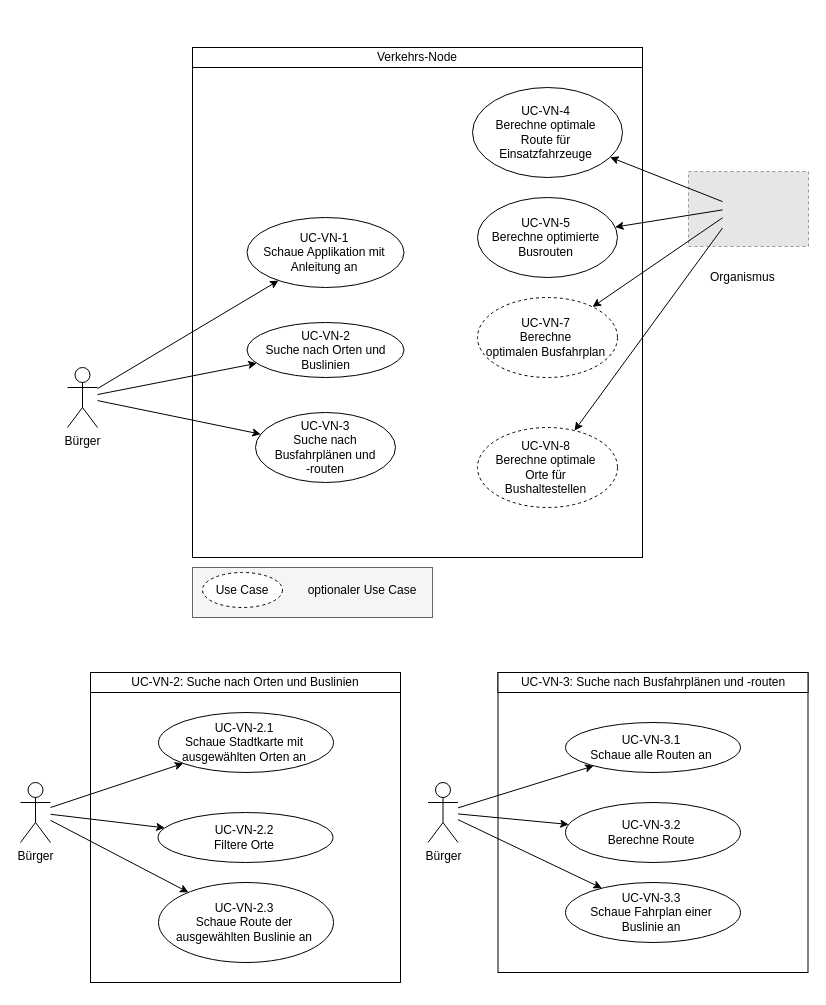
Before: Documentation/Use Cases/Use-Case-Diagram.drawio in mif-sge/verkehr, a draw.io diagram. Source tidied: cells renumbered, new cells numbered last; positions are measured from the earlier drawing's top-left corner, leaving out a move shared by most shapes. Both pictures are drawn from the tidied source at 100%, with x=0, y=0 at pixel (20, 17). Pictures stored in the file or linked from it are replaced by grey dashed boxes.
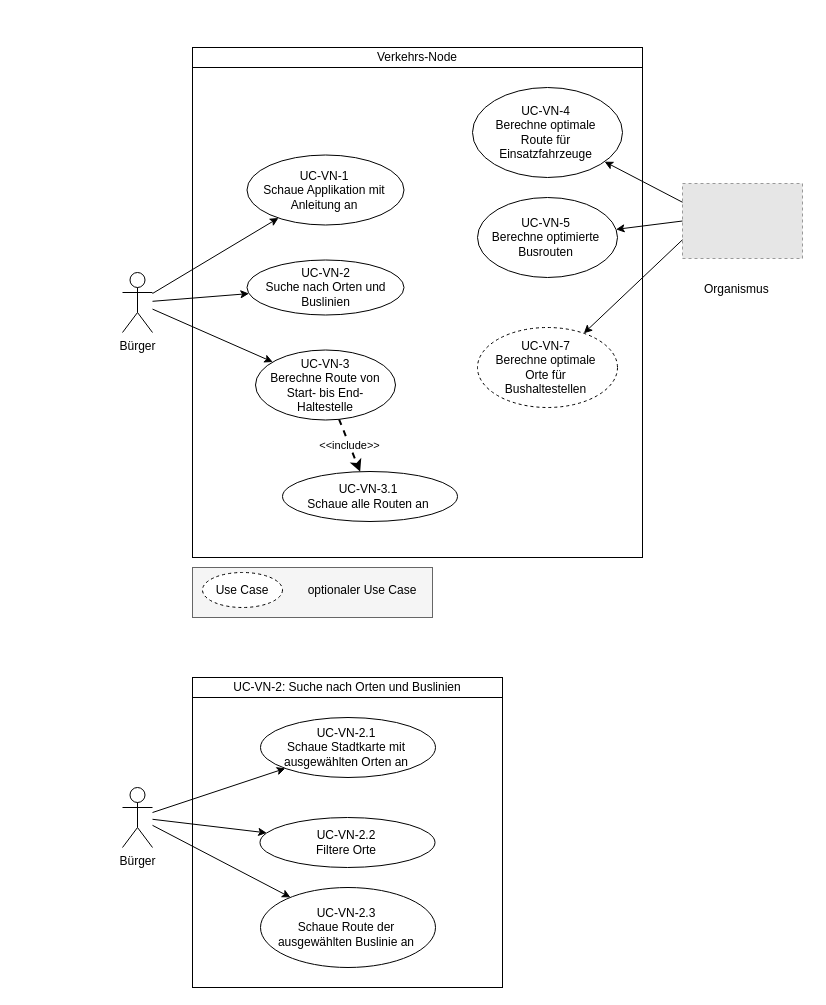
The same diagram, later.

Commit message (it also covers changes not shown here):
issue #22 update diagrams again

Unchanged cells that the change refers to:
```xml
<mxCell id="12" style="group;" parent="1" vertex="1">
  <mxGeometry x="47" width="741" height="600" as="geometry" />
</mxCell>
<mxCell id="14" style="fillColor=#E6E6E6;strokeColor=#999999;dashed=1;verticalLabelPosition=bottom;labelBackgroundColor=#ffffff;verticalAlign=top;" parent="13" vertex="1">
  <mxGeometry width="120" height="75" as="geometry" />
</mxCell>
```

The edit, as a diff of the source:
```diff
@@
     <mxCell id="2" style="group;" parent="1" vertex="1">
-      <mxGeometry y="655" width="380" height="310" as="geometry" />
+      <mxGeometry x="102" y="660" width="380" height="310" as="geometry" />
     </mxCell>
@@
     <mxCell id="13" style="group;" parent="12" vertex="1">
-      <mxGeometry x="621" y="154" width="120" height="126" as="geometry" />
+      <mxGeometry x="615" y="166" width="120" height="126" as="geometry" />
     </mxCell>
@@
-    <mxCell id="16" style="group;" parent="12" vertex="1">
-      <mxGeometry width="685" height="600" as="geometry" />
-    </mxCell>
-    <mxCell id="17" style="group;" parent="16" vertex="1">
-      <mxGeometry width="685" height="540" as="geometry" />
-    </mxCell>
+    <mxCell id="35" style="group;fillColor=#E6E6E6;strokeColor=#666666;fontColor=#333333;" parent="12" vertex="1">
+      <mxGeometry x="125" y="550" width="240" height="50" as="geometry" />
+    </mxCell>
+    <mxCell id="36" style="rounded=0;whiteSpace=wrap;html=1;strokeColor=#666666;fillColor=#f5f5f5;fontColor=#333333;" parent="35" vertex="1">
+      <mxGeometry width="240" height="50" as="geometry" />
+    </mxCell>
+    <mxCell id="37" value="Use Case" style="ellipse;whiteSpace=wrap;html=1;dashed=1;" parent="35" vertex="1">
+      <mxGeometry x="10" y="5" width="80" height="35" as="geometry" />
+    </mxCell>
+    <mxCell id="38" value="&lt;span lang=&quot;en&quot;&gt;optionaler Use Case&lt;/span&gt;" style="rounded=0;whiteSpace=wrap;html=1;strokeColor=none;fillColor=none;" parent="35" vertex="1">
+      <mxGeometry x="110" y="8" width="120" height="30" as="geometry" />
+    </mxCell>
-    <mxCell id="18" style="rounded=0;whiteSpace=wrap;html=1;" parent="17" vertex="1">
+    <mxCell id="18" style="rounded=0;whiteSpace=wrap;html=1;" parent="12" vertex="1">
       <mxGeometry x="125" y="30" width="450" height="510" as="geometry" />
     </mxCell>
-    <mxCell id="19" value="Bürger" style="shape=umlActor;verticalLabelPosition=bottom;labelBackgroundColor=#ffffff;verticalAlign=top;html=1;" parent="17" vertex="1">
-      <mxGeometry y="350" width="30" height="60" as="geometry" />
+    <mxCell id="19" value="Bürger" style="shape=umlActor;verticalLabelPosition=bottom;labelBackgroundColor=#ffffff;verticalAlign=top;html=1;" parent="12" vertex="1">
+      <mxGeometry x="55" y="255" width="30" height="60" as="geometry" />
     </mxCell>
-    <mxCell id="20" value="Verkehrs-Node" style="rounded=0;whiteSpace=wrap;html=1;" parent="17" vertex="1">
+    <mxCell id="20" value="Verkehrs-Node" style="rounded=0;whiteSpace=wrap;html=1;" parent="12" vertex="1">
       <mxGeometry x="125" y="30" width="450" height="20" as="geometry" />
     </mxCell>
-    <mxCell id="21" value="&lt;span lang=&quot;en&quot;&gt;UC-VN-2&lt;br&gt;Suche nach Orten und Buslinien&lt;br&gt;&lt;/span&gt;" style="ellipse;whiteSpace=wrap;html=1;spacingLeft=10;spacingBottom=10;spacingRight=10;spacingTop=10;" parent="17" vertex="1">
-      <mxGeometry x="179.5" y="305" width="157" height="55" as="geometry" />
+    <mxCell id="21" value="&lt;span lang=&quot;en&quot;&gt;UC-VN-2&lt;br&gt;Suche nach Orten und Buslinien&lt;br&gt;&lt;/span&gt;" style="ellipse;whiteSpace=wrap;html=1;spacingLeft=10;spacingBottom=10;spacingRight=10;spacingTop=10;" parent="12" vertex="1">
+      <mxGeometry x="179.5" y="242.5" width="157" height="55" as="geometry" />
     </mxCell>
-    <mxCell id="22" style="edgeStyle=none;rounded=0;jettySize=auto;html=1;" parent="17" edge="1" source="19" target="21">
+    <mxCell id="22" style="edgeStyle=none;rounded=0;jettySize=auto;html=1;" parent="12" edge="1" source="19" target="21">
       <mxGeometry relative="1" as="geometry" />
     </mxCell>
-    <mxCell id="23" value="UC-VN-3&lt;br&gt;Suche nach Busfahrplänen und&lt;br&gt;-routen&lt;br&gt;" style="ellipse;whiteSpace=wrap;html=1;spacingLeft=10;spacingBottom=10;spacingRight=10;spacingTop=10;" parent="17" vertex="1">
-      <mxGeometry x="188" y="395" width="140" height="70" as="geometry" />
+    <mxCell id="23" value="UC-VN-3&lt;br&gt;Berechne Route von Start- bis End-Haltestelle&lt;br&gt;" style="ellipse;whiteSpace=wrap;html=1;spacingLeft=10;spacingBottom=10;spacingRight=10;spacingTop=10;" parent="12" vertex="1">
+      <mxGeometry x="188" y="332.5" width="140" height="70" as="geometry" />
     </mxCell>
-    <mxCell id="24" style="edgeStyle=none;rounded=0;jettySize=auto;html=1;" parent="17" edge="1" source="19" target="23">
+    <mxCell id="24" style="edgeStyle=none;rounded=0;jettySize=auto;html=1;" parent="12" edge="1" source="19" target="23">
       <mxGeometry relative="1" as="geometry" />
     </mxCell>
-    <mxCell id="25" value="UC-VN-4&lt;br&gt;Berechne optimale Route für Einsatzfahrzeuge&lt;br&gt;" style="ellipse;whiteSpace=wrap;html=1;spacingLeft=7;spacingBottom=10;spacingRight=10;spacingTop=10;" parent="17" vertex="1">
+    <mxCell id="25" value="UC-VN-4&lt;br&gt;Berechne optimale Route für Einsatzfahrzeuge&lt;br&gt;" style="ellipse;whiteSpace=wrap;html=1;spacingLeft=7;spacingBottom=10;spacingRight=10;spacingTop=10;" parent="12" vertex="1">
       <mxGeometry x="405" y="70" width="150" height="90" as="geometry" />
     </mxCell>
-    <mxCell id="26" style="rounded=0;jettySize=auto;html=1;" parent="17" edge="1" target="25">
-      <mxGeometry relative="1" as="geometry">
-        <mxPoint x="655" y="184.1" as="sourcePoint" />
-      </mxGeometry>
+    <mxCell id="26" style="rounded=0;jettySize=auto;html=1;exitX=0;exitY=0.25;exitDx=0;exitDy=0;" parent="12" edge="1" source="14" target="25">
+      <mxGeometry relative="1" as="geometry" />
     </mxCell>
-    <mxCell id="27" value="&lt;span lang=&quot;en&quot;&gt;UC-VN-7&lt;br&gt;Berechne optimalen&amp;nbsp;&lt;/span&gt;&lt;span lang=&quot;en&quot;&gt;Busfahrplan&lt;/span&gt;" style="ellipse;whiteSpace=wrap;html=1;spacingLeft=7;spacingBottom=10;spacingRight=10;spacingTop=10;dashed=1;" parent="17" vertex="1">
-      <mxGeometry x="410" y="280" width="140" height="80" as="geometry" />
-    </mxCell>
-    <mxCell id="28" style="rounded=0;jettySize=auto;html=1;" parent="17" edge="1" target="27">
-      <mxGeometry relative="1" as="geometry">
-        <mxPoint x="655" y="200.3" as="sourcePoint" />
-      </mxGeometry>
-    </mxCell>
-    <mxCell id="29" value="UC-VN-5&lt;br&gt;Berechne optimierte Busrouten&lt;br&gt;" style="ellipse;whiteSpace=wrap;html=1;spacingLeft=7;spacingBottom=10;spacingRight=10;spacingTop=10;" parent="17" vertex="1">
+    <mxCell id="29" value="UC-VN-5&lt;br&gt;Berechne optimierte Busrouten&lt;br&gt;" style="ellipse;whiteSpace=wrap;html=1;spacingLeft=7;spacingBottom=10;spacingRight=10;spacingTop=10;" parent="12" vertex="1">
       <mxGeometry x="410" y="180" width="140" height="80" as="geometry" />
     </mxCell>
-    <mxCell id="30" style="edgeStyle=none;rounded=0;jettySize=auto;html=1;" parent="17" edge="1" target="29">
-      <mxGeometry relative="1" as="geometry">
-        <mxPoint x="655" y="192.4" as="sourcePoint" />
-      </mxGeometry>
+    <mxCell id="30" style="edgeStyle=none;rounded=0;jettySize=auto;html=1;exitX=0;exitY=0.5;exitDx=0;exitDy=0;" parent="12" edge="1" source="14" target="29">
+      <mxGeometry relative="1" as="geometry" />
     </mxCell>
-    <mxCell id="31" value="&lt;span lang=&quot;en&quot;&gt;UC-VN-1&lt;br&gt;Schaue Applikation mit Anleitung an&lt;br&gt;&lt;/span&gt;" style="ellipse;whiteSpace=wrap;html=1;spacingLeft=7;spacingBottom=10;spacingRight=10;spacingTop=10;" parent="17" vertex="1">
-      <mxGeometry x="179.5" y="200" width="157" height="70" as="geometry" />
+    <mxCell id="31" value="&lt;span lang=&quot;en&quot;&gt;UC-VN-1&lt;br&gt;Schaue Applikation mit Anleitung an&lt;br&gt;&lt;/span&gt;" style="ellipse;whiteSpace=wrap;html=1;spacingLeft=7;spacingBottom=10;spacingRight=10;spacingTop=10;" parent="12" vertex="1">
+      <mxGeometry x="179.5" y="137.5" width="157" height="70" as="geometry" />
     </mxCell>
-    <mxCell id="32" style="edgeStyle=none;rounded=0;jettySize=auto;html=1;" parent="17" edge="1" source="19" target="31">
+    <mxCell id="32" style="edgeStyle=none;rounded=0;jettySize=auto;html=1;" parent="12" edge="1" source="19" target="31">
       <mxGeometry relative="1" as="geometry" />
     </mxCell>
-    <mxCell id="33" value="&lt;span lang=&quot;en&quot;&gt;UC-VN-8&lt;br&gt;Berechne optimale Orte für Bushaltestellen&lt;/span&gt;" style="ellipse;whiteSpace=wrap;html=1;spacingLeft=7;spacingBottom=10;spacingRight=10;spacingTop=10;dashed=1;" parent="17" vertex="1">
-      <mxGeometry x="410" y="410" width="140" height="80" as="geometry" />
+    <mxCell id="33" value="&lt;span lang=&quot;en&quot;&gt;UC-VN-7&lt;br&gt;Berechne optimale Orte für Bushaltestellen&lt;/span&gt;" style="ellipse;whiteSpace=wrap;html=1;spacingLeft=7;spacingBottom=10;spacingRight=10;spacingTop=10;dashed=1;" parent="12" vertex="1">
+      <mxGeometry x="410" y="310" width="140" height="80" as="geometry" />
     </mxCell>
-    <mxCell id="34" style="edgeStyle=none;rounded=0;jettySize=auto;html=1;" parent="17" edge="1" target="33">
-      <mxGeometry relative="1" as="geometry">
-        <mxPoint x="655" y="210.5" as="sourcePoint" />
-      </mxGeometry>
+    <mxCell id="34" style="edgeStyle=none;rounded=0;jettySize=auto;html=1;exitX=0;exitY=0.75;exitDx=0;exitDy=0;" parent="12" edge="1" source="14" target="33">
+      <mxGeometry relative="1" as="geometry" />
     </mxCell>
-    <mxCell id="35" style="group;fillColor=#E6E6E6;strokeColor=#666666;fontColor=#333333;" parent="16" vertex="1">
-      <mxGeometry x="125" y="550" width="240" height="50" as="geometry" />
-    </mxCell>
-    <mxCell id="36" style="rounded=0;whiteSpace=wrap;html=1;strokeColor=#666666;fillColor=#f5f5f5;fontColor=#333333;" parent="35" vertex="1">
-      <mxGeometry width="240" height="50" as="geometry" />
-    </mxCell>
-    <mxCell id="37" value="Use Case" style="ellipse;whiteSpace=wrap;html=1;dashed=1;" parent="35" vertex="1">
-      <mxGeometry x="10" y="5" width="80" height="35" as="geometry" />
-    </mxCell>
-    <mxCell id="38" value="&lt;span lang=&quot;en&quot;&gt;optionaler Use Case&lt;/span&gt;" style="rounded=0;whiteSpace=wrap;html=1;strokeColor=none;fillColor=none;" parent="35" vertex="1">
-      <mxGeometry x="110" y="8" width="120" height="30" as="geometry" />
-    </mxCell>
-    <mxCell id="39" style="group;" parent="1" vertex="1">
-      <mxGeometry x="407.5" y="655" width="380" height="300" as="geometry" />
-    </mxCell>
-    <mxCell id="40" style="rounded=0;whiteSpace=wrap;html=1;" parent="39" vertex="1">
-      <mxGeometry x="70" width="310" height="300" as="geometry" />
-    </mxCell>
-    <mxCell id="41" value="UC-VN-3: Suche nach Busfahrplänen und -routen&lt;br&gt;" style="rounded=0;whiteSpace=wrap;html=1;" parent="39" vertex="1">
-      <mxGeometry x="70" width="310" height="20" as="geometry" />
-    </mxCell>
-    <mxCell id="42" value="Bürger" style="shape=umlActor;verticalLabelPosition=bottom;labelBackgroundColor=#ffffff;verticalAlign=top;html=1;" parent="39" vertex="1">
-      <mxGeometry y="110" width="30" height="60" as="geometry" />
-    </mxCell>
-    <mxCell id="43" value="&lt;span lang=&quot;en&quot;&gt;UC-VN-3.1&lt;br&gt;Schaue alle Routen an&lt;br&gt;&lt;/span&gt;" style="ellipse;whiteSpace=wrap;html=1;spacingLeft=7;spacingBottom=10;spacingRight=10;spacingTop=10;" parent="39" vertex="1">
-      <mxGeometry x="137.5" y="50" width="175" height="50" as="geometry" />
+    <mxCell id="43" value="&lt;span lang=&quot;en&quot;&gt;UC-VN-3.1&lt;br&gt;Schaue alle Routen an&lt;br&gt;&lt;/span&gt;" style="ellipse;whiteSpace=wrap;html=1;spacingLeft=7;spacingBottom=10;spacingRight=10;spacingTop=10;" parent="12" vertex="1">
+      <mxGeometry x="215" y="454" width="175" height="50" as="geometry" />
     </mxCell>
-    <mxCell id="44" style="edgeStyle=none;rounded=0;jettySize=auto;html=1;" parent="39" edge="1" source="42" target="43">
+    <mxCell id="44" value="&amp;lt;&amp;lt;include&amp;gt;&amp;gt;" style="edgeStyle=none;rounded=0;jettySize=auto;html=1;dashed=1;strokeWidth=2;" parent="12" edge="1" source="23" target="43">
       <mxGeometry relative="1" as="geometry" />
     </mxCell>
-    <mxCell id="45" value="&lt;span lang=&quot;en&quot;&gt;UC-VN-3.2&lt;br&gt;Berechne Route&lt;br&gt;&lt;/span&gt;" style="ellipse;whiteSpace=wrap;html=1;spacingLeft=7;spacingBottom=10;spacingRight=10;spacingTop=10;" parent="39" vertex="1">
-      <mxGeometry x="137.5" y="130" width="175" height="60" as="geometry" />
-    </mxCell>
-    <mxCell id="46" style="edgeStyle=none;rounded=0;jettySize=auto;html=1;" parent="39" edge="1" source="42" target="45">
-      <mxGeometry relative="1" as="geometry" />
-    </mxCell>
-    <mxCell id="47" value="&lt;span lang=&quot;en&quot;&gt;UC-VN-3.3&lt;br&gt;Schaue Fahrplan einer Buslinie an&lt;br&gt;&lt;/span&gt;" style="ellipse;whiteSpace=wrap;html=1;spacingLeft=7;spacingBottom=10;spacingRight=10;spacingTop=10;" parent="39" vertex="1">
-      <mxGeometry x="137.5" y="210" width="175" height="60" as="geometry" />
-    </mxCell>
-    <mxCell id="48" style="edgeStyle=none;rounded=0;jettySize=auto;html=1;" parent="39" edge="1" source="42" target="47">
-      <mxGeometry relative="1" as="geometry" />
-    </mxCell>
```
